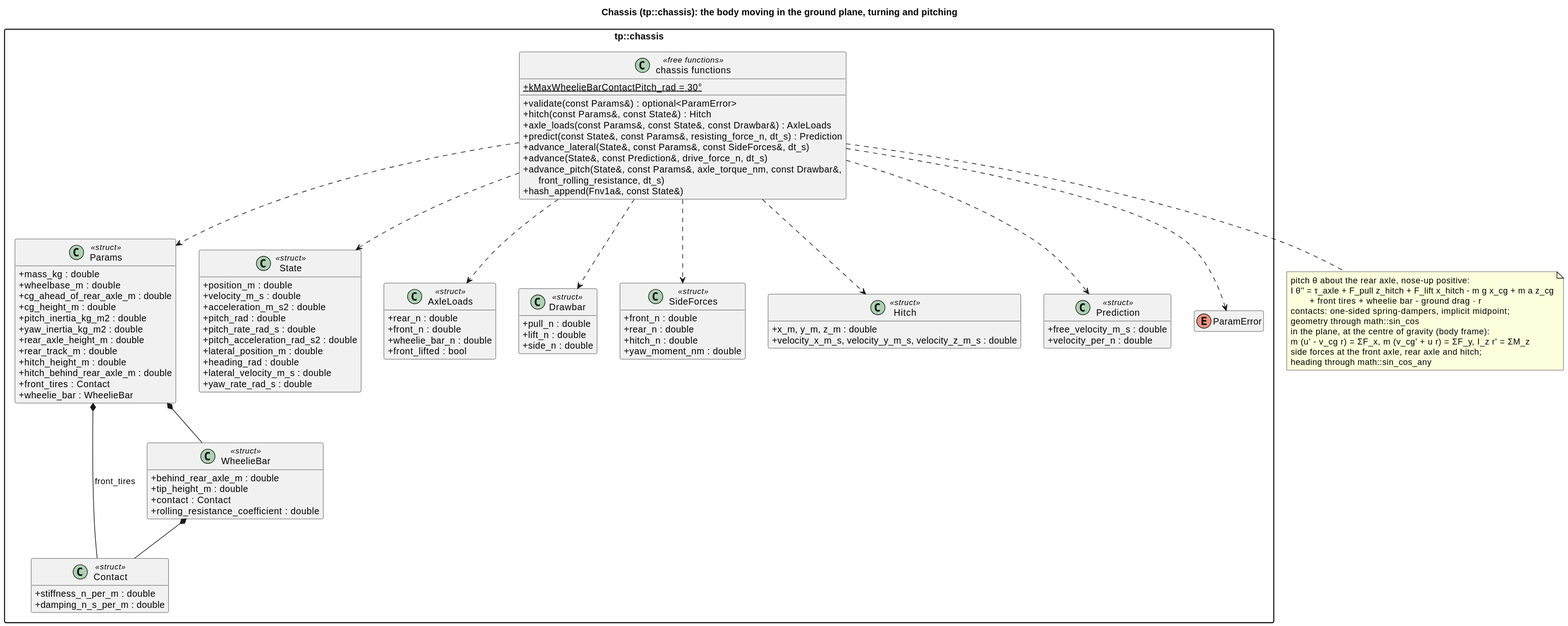
Above: docs/diagrams/svg/chassis_classes.svg in wversteeg/TractorPulling (PlantUML), before the change.
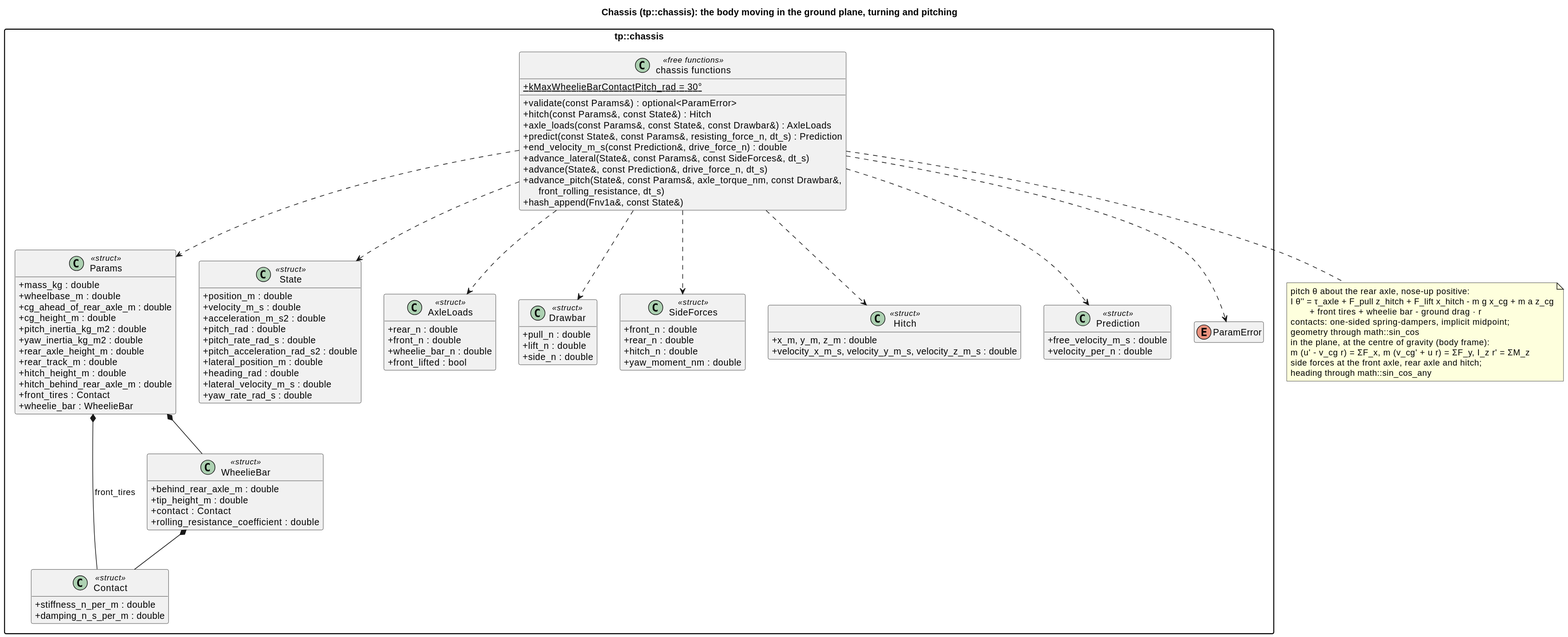
The same diagram one commit later.

Change to the diagram source:
```diff
@@ -73,6 +73,7 @@
     +hitch(const Params&, const State&) : Hitch
     +axle_loads(const Params&, const State&, const Drawbar&) : AxleLoads
     +predict(const State&, const Params&, resisting_force_n, dt_s) : Prediction
+    +end_velocity_m_s(const Prediction&, drive_force_n) : double
     +advance_lateral(State&, const Params&, const SideForces&, dt_s)
     +advance(State&, const Prediction&, drive_force_n, dt_s)
     +advance_pitch(State&, const Params&, axle_torque_nm, const Drawbar&,\n      front_rolling_resistance, dt_s)
```
